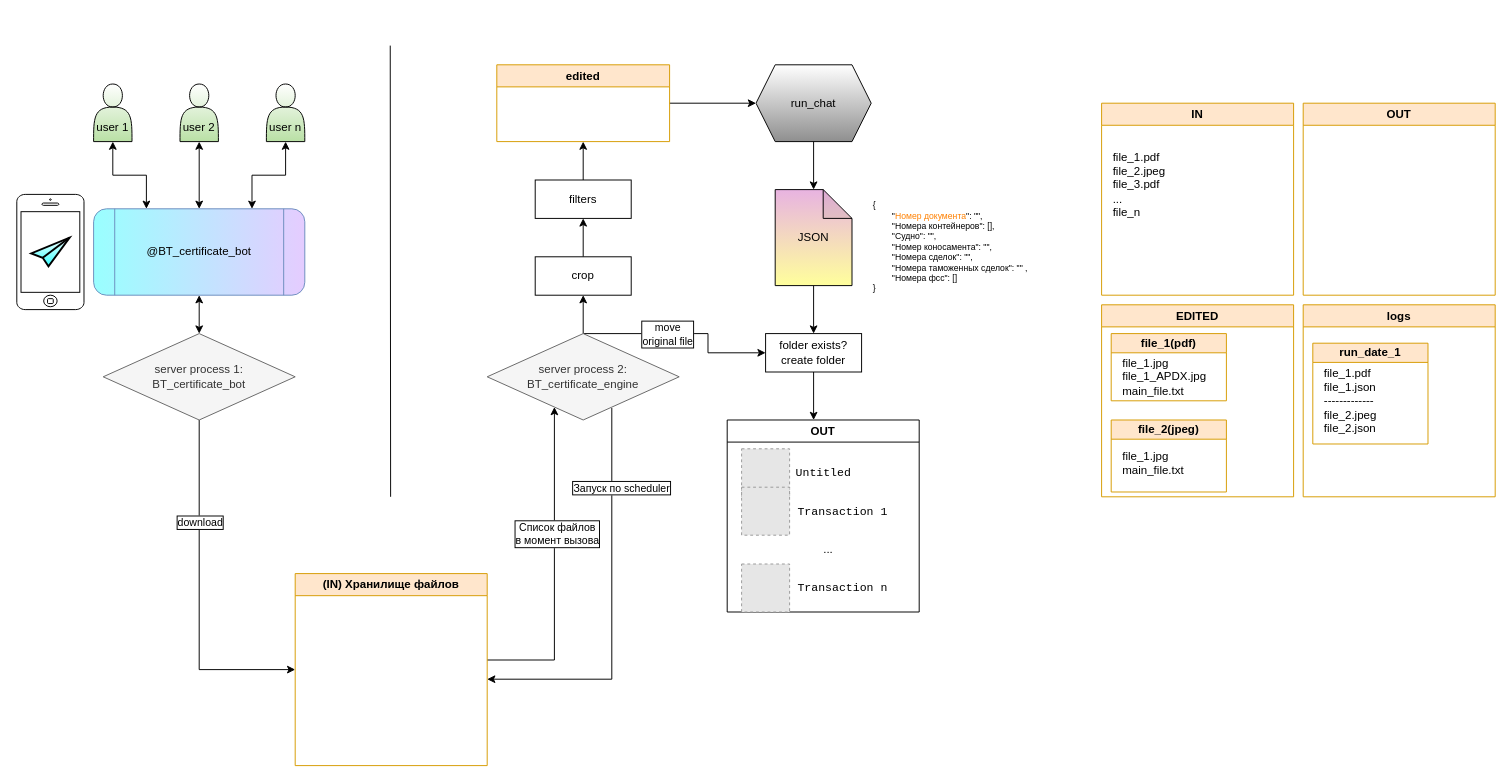
This is SCHEMAS/certificate_bot.drawio from maxfil333/shared, a draw.io file, before an edit. Source tidied: cells renumbered, new cells numbered last; positions are measured from the earlier drawing's top-left corner, leaving out a move shared by most shapes. Both pictures are drawn from the tidied source at 96%, with x=0, y=0 at pixel (16, 45). Pictures stored in the file or linked from it are replaced by grey dashed boxes.
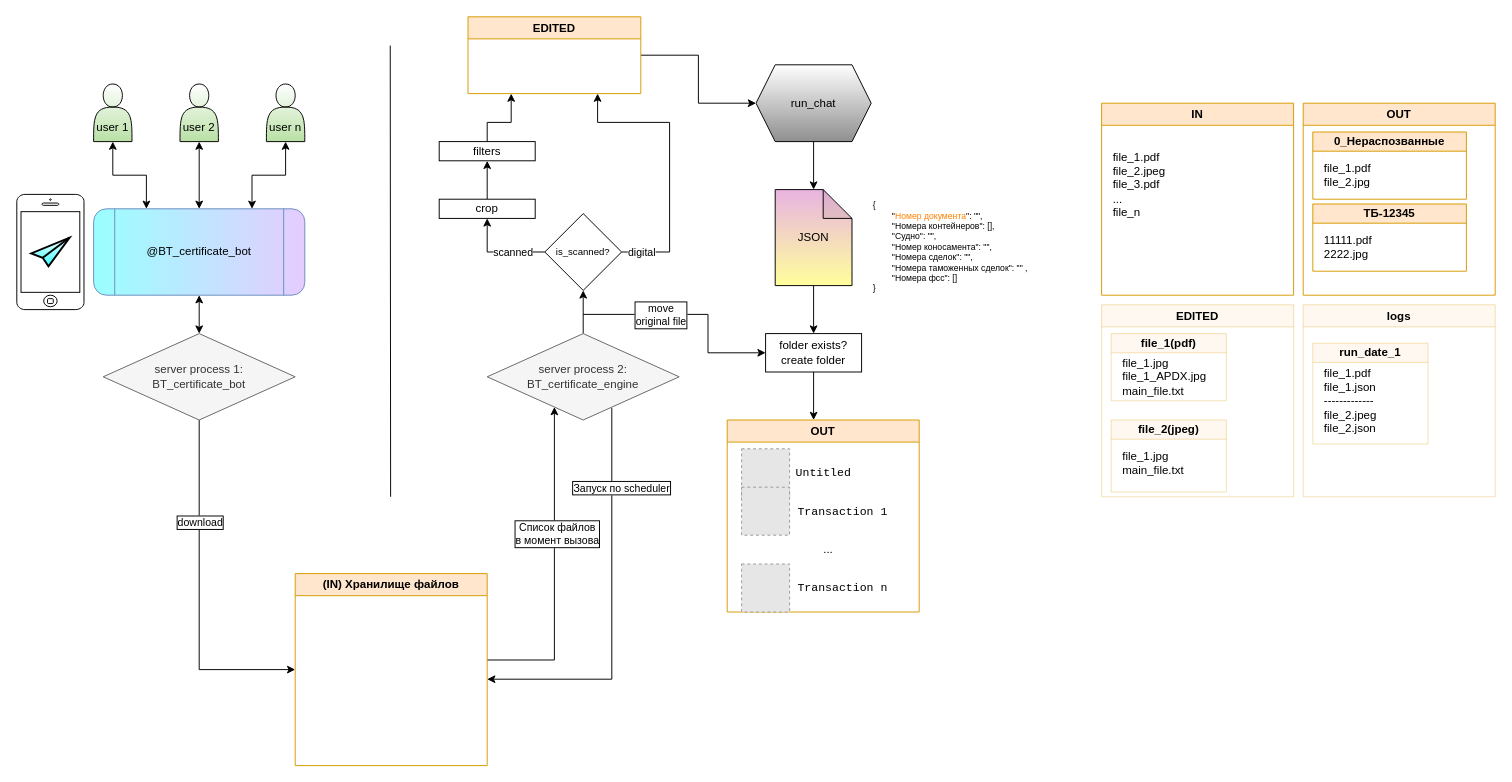
After the change.

Unchanged cells that the change refers to:
```xml
<mxCell id="23" value="&lt;div&gt;server process 2:&lt;/div&gt;BT_certificate_engine" style="rhombus;whiteSpace=wrap;html=1;fillColor=#f5f5f5;fontColor=#333333;strokeColor=#666666;" parent="1" vertex="1">
  <mxGeometry x="490" y="300" width="200" height="90" as="geometry" />
</mxCell>
<mxCell id="36" value="folder exists?&lt;div&gt;create folder&lt;/div&gt;" style="rounded=0;whiteSpace=wrap;html=1;" parent="1" vertex="1">
  <mxGeometry x="780" y="300" width="100" height="40" as="geometry" />
</mxCell>
<mxCell id="53" value="OUT" style="swimlane;whiteSpace=wrap;html=1;fillColor=#ffe6cc;strokeColor=#d79b00;" parent="1" vertex="1">
  <mxGeometry x="1340" y="60" width="200" height="200" as="geometry" />
</mxCell>
```

What changed in the source:
```diff
@@
-    <mxCell id="20" style="edgeStyle=orthogonalEdgeStyle;rounded=0;jettySize=auto;html=1;entryX=0.5;entryY=1;entryDx=0;entryDy=0;flowAnimation=1;" parent="1" edge="1" source="23" target="25">
+    <mxCell id="20" style="edgeStyle=orthogonalEdgeStyle;rounded=0;jettySize=auto;html=1;entryX=0.5;entryY=1;entryDx=0;entryDy=0;flowAnimation=1;" parent="1" edge="1" source="23" target="65">
       <mxGeometry relative="1" as="geometry" />
     </mxCell>
-    <mxCell id="21" style="edgeStyle=orthogonalEdgeStyle;rounded=0;jettySize=auto;html=1;entryX=0;entryY=0.5;entryDx=0;entryDy=0;exitX=0.5;exitY=0;exitDx=0;exitDy=0;flowAnimation=1;" parent="1" edge="1" source="23" target="36">
+    <mxCell id="21" style="edgeStyle=orthogonalEdgeStyle;rounded=0;jettySize=auto;html=1;entryX=0;entryY=0.5;entryDx=0;entryDy=0;flowAnimation=1;" parent="1" edge="1" target="36">
       <mxGeometry relative="1" as="geometry">
+        <mxPoint x="590" y="280" as="sourcePoint" />
         <Array as="points">
-          <mxPoint x="720" y="300" />
+          <mxPoint x="720" y="280" />
           <mxPoint x="720" y="320" />
         </Array>
       </mxGeometry>
     </mxCell>
     <mxCell id="22" value="&lt;div&gt;move&lt;/div&gt;original file" style="edgeLabel;html=1;align=center;verticalAlign=middle;labelBorderColor=default;" parent="21" vertex="1">
-      <mxGeometry x="-0.17" relative="1" as="geometry" />
+      <mxGeometry x="-0.17" relative="1" as="geometry">
+        <mxPoint x="-15" as="offset" />
+      </mxGeometry>
     </mxCell>
@@
     <mxCell id="25" value="crop" style="rounded=0;whiteSpace=wrap;html=1;" parent="1" vertex="1">
-      <mxGeometry x="540" y="220" width="100" height="40" as="geometry" />
+      <mxGeometry x="440" y="160" width="100" height="20" as="geometry" />
     </mxCell>
-    <mxCell id="26" style="edgeStyle=orthogonalEdgeStyle;rounded=0;jettySize=auto;html=1;entryX=0.5;entryY=1;entryDx=0;entryDy=0;flowAnimation=1;" parent="1" edge="1" source="27" target="29">
-      <mxGeometry relative="1" as="geometry" />
+    <mxCell id="26" style="edgeStyle=orthogonalEdgeStyle;rounded=0;jettySize=auto;html=1;entryX=0.25;entryY=1;entryDx=0;entryDy=0;flowAnimation=1;" parent="1" edge="1" source="27" target="29">
+      <mxGeometry relative="1" as="geometry">
+        <Array as="points">
+          <mxPoint x="490" y="80" />
+          <mxPoint x="515" y="80" />
+        </Array>
+      </mxGeometry>
     </mxCell>
     <mxCell id="27" value="filters" style="rounded=0;whiteSpace=wrap;html=1;" parent="1" vertex="1">
-      <mxGeometry x="540" y="140" width="100" height="40" as="geometry" />
+      <mxGeometry x="440" y="100" width="100" height="20" as="geometry" />
     </mxCell>
@@
-    <mxCell id="29" value="edited" style="swimlane;whiteSpace=wrap;html=1;fillColor=#ffe6cc;strokeColor=#d79b00;" parent="1" vertex="1">
-      <mxGeometry x="500" y="20" width="180" height="80" as="geometry" />
+    <mxCell id="29" value="EDITED" style="swimlane;whiteSpace=wrap;html=1;fillColor=#ffe6cc;strokeColor=#d79b00;" parent="1" vertex="1">
+      <mxGeometry x="470" y="-30" width="180" height="80" as="geometry" />
     </mxCell>
@@
-    <mxCell id="37" value="OUT" style="swimlane;whiteSpace=wrap;html=1;" parent="1" vertex="1">
+    <mxCell id="37" value="OUT" style="swimlane;whiteSpace=wrap;html=1;fillColor=#ffe6cc;strokeColor=#d79b00;" parent="1" vertex="1">
       <mxGeometry x="740" y="390" width="200" height="200" as="geometry" />
     </mxCell>
@@
-    <mxCell id="48" value="EDITED" style="swimlane;whiteSpace=wrap;html=1;fillColor=#ffe6cc;strokeColor=#d79b00;" parent="1" vertex="1">
+    <mxCell id="48" value="EDITED" style="swimlane;whiteSpace=wrap;html=1;fillColor=#ffe6cc;strokeColor=#d79b00;opacity=30;" parent="1" vertex="1">
       <mxGeometry x="1130" y="270" width="200" height="200" as="geometry" />
     </mxCell>
-    <mxCell id="49" value="file_1(pdf)" style="swimlane;whiteSpace=wrap;html=1;fillColor=#ffe6cc;strokeColor=#d79b00;startSize=20;" parent="48" vertex="1">
+    <mxCell id="49" value="file_1(pdf)" style="swimlane;whiteSpace=wrap;html=1;fillColor=#ffe6cc;strokeColor=#d79b00;startSize=20;opacity=30;" parent="48" vertex="1">
       <mxGeometry x="10" y="30" width="120" height="70" as="geometry" />
     </mxCell>
-    <mxCell id="50" value="file_1.jpg&lt;div&gt;file_1_APDX.jpg&lt;/div&gt;&lt;div&gt;main_file.txt&lt;/div&gt;" style="text;html=1;align=left;verticalAlign=middle;strokeColor=none;fillColor=none;" parent="49" vertex="1">
+    <mxCell id="50" value="file_1.jpg&lt;div&gt;file_1_APDX.jpg&lt;/div&gt;&lt;div&gt;main_file.txt&lt;/div&gt;" style="text;html=1;align=left;verticalAlign=middle;strokeColor=none;fillColor=none;opacity=30;" parent="49" vertex="1">
       <mxGeometry x="10" y="15" width="110" height="60" as="geometry" />
     </mxCell>
-    <mxCell id="51" value="file_2(jpeg)" style="swimlane;whiteSpace=wrap;html=1;fillColor=#ffe6cc;strokeColor=#d79b00;startSize=20;" parent="48" vertex="1">
+    <mxCell id="51" value="file_2(jpeg)" style="swimlane;whiteSpace=wrap;html=1;fillColor=#ffe6cc;strokeColor=#d79b00;startSize=20;opacity=30;" parent="48" vertex="1">
       <mxGeometry x="10" y="120" width="120" height="75" as="geometry" />
     </mxCell>
-    <mxCell id="52" value="file_1.jpg&lt;div&gt;&lt;span style=&quot;background-color: initial;&quot;&gt;main_file.txt&lt;/span&gt;&lt;br&gt;&lt;/div&gt;" style="text;html=1;align=left;verticalAlign=middle;strokeColor=none;fillColor=none;" parent="51" vertex="1">
+    <mxCell id="52" value="file_1.jpg&lt;div&gt;&lt;span style=&quot;background-color: initial;&quot;&gt;main_file.txt&lt;/span&gt;&lt;br&gt;&lt;/div&gt;" style="text;html=1;align=left;verticalAlign=middle;strokeColor=none;fillColor=none;opacity=30;" parent="51" vertex="1">
       <mxGeometry x="10" y="25" width="90" height="40" as="geometry" />
     </mxCell>
@@
+    <mxCell id="57" value="0_Нераспозванные" style="swimlane;whiteSpace=wrap;html=1;fillColor=#ffe6cc;strokeColor=#d79b00;startSize=20;" parent="53" vertex="1">
+      <mxGeometry x="10" y="30" width="160" height="70" as="geometry" />
+    </mxCell>
+    <mxCell id="58" value="file_1.pdf&lt;div&gt;file_2.jpg&lt;br&gt;&lt;/div&gt;" style="text;html=1;align=left;verticalAlign=middle;strokeColor=none;fillColor=none;" parent="57" vertex="1">
+      <mxGeometry x="10" y="25" width="70" height="40" as="geometry" />
+    </mxCell>
+    <mxCell id="59" value="ТБ-12345" style="swimlane;whiteSpace=wrap;html=1;fillColor=#ffe6cc;strokeColor=#d79b00;startSize=20;" parent="53" vertex="1">
+      <mxGeometry x="10" y="105" width="160" height="70" as="geometry" />
+    </mxCell>
+    <mxCell id="60" value="&lt;div&gt;11111.pdf&lt;/div&gt;&lt;div&gt;2222.jpg&lt;/div&gt;" style="text;html=1;align=left;verticalAlign=middle;strokeColor=none;fillColor=none;" parent="59" vertex="1">
+      <mxGeometry x="10" y="25" width="70" height="40" as="geometry" />
+    </mxCell>
-    <mxCell id="54" value="logs" style="swimlane;whiteSpace=wrap;html=1;fillColor=#ffe6cc;strokeColor=#d79b00;" parent="1" vertex="1">
+    <mxCell id="54" value="logs" style="swimlane;whiteSpace=wrap;html=1;fillColor=#ffe6cc;strokeColor=#d79b00;opacity=30;" parent="1" vertex="1">
       <mxGeometry x="1340" y="270" width="200" height="200" as="geometry" />
     </mxCell>
-    <mxCell id="55" value="run_date_1" style="swimlane;whiteSpace=wrap;html=1;fillColor=#ffe6cc;strokeColor=#d79b00;startSize=20;" parent="1" vertex="1">
+    <mxCell id="55" value="run_date_1" style="swimlane;whiteSpace=wrap;html=1;fillColor=#ffe6cc;strokeColor=#d79b00;startSize=20;opacity=30;" parent="1" vertex="1">
       <mxGeometry x="1350" y="310" width="120" height="105" as="geometry" />
     </mxCell>
-    <mxCell id="56" value="file_1.pdf&lt;div&gt;file_1.json&lt;/div&gt;&lt;div&gt;-------------&lt;/div&gt;&lt;div&gt;file_2.jpeg&lt;/div&gt;&lt;div&gt;file_2.json&lt;/div&gt;" style="text;html=1;align=left;verticalAlign=middle;strokeColor=none;fillColor=none;" parent="55" vertex="1">
+    <mxCell id="56" value="file_1.pdf&lt;div&gt;file_1.json&lt;/div&gt;&lt;div&gt;-------------&lt;/div&gt;&lt;div&gt;file_2.jpeg&lt;/div&gt;&lt;div&gt;file_2.json&lt;/div&gt;" style="text;html=1;align=left;verticalAlign=middle;strokeColor=none;fillColor=none;opacity=30;" parent="55" vertex="1">
       <mxGeometry x="10" y="15" width="80" height="90" as="geometry" />
     </mxCell>
+    <mxCell id="61" style="edgeStyle=orthogonalEdgeStyle;rounded=0;jettySize=auto;html=1;entryX=0.5;entryY=1;entryDx=0;entryDy=0;flowAnimation=1;" parent="1" edge="1" source="65" target="25">
+      <mxGeometry relative="1" as="geometry" />
+    </mxCell>
+    <mxCell id="62" value="scanned" style="edgeLabel;html=1;align=center;verticalAlign=middle;" parent="61" vertex="1">
+      <mxGeometry x="-0.29" relative="1" as="geometry" />
+    </mxCell>
+    <mxCell id="63" style="edgeStyle=orthogonalEdgeStyle;rounded=0;jettySize=auto;html=1;flowAnimation=1;entryX=0.75;entryY=1;entryDx=0;entryDy=0;" parent="1" edge="1" source="65" target="29">
+      <mxGeometry relative="1" as="geometry">
+        <Array as="points">
+          <mxPoint x="680" y="215" />
+          <mxPoint x="680" y="80" />
+          <mxPoint x="605" y="80" />
+        </Array>
+      </mxGeometry>
+    </mxCell>
+    <mxCell id="64" value="digital" style="edgeLabel;html=1;align=center;verticalAlign=middle;" parent="63" vertex="1">
+      <mxGeometry x="-0.6" y="-2" relative="1" as="geometry">
+        <mxPoint x="-32" y="8" as="offset" />
+      </mxGeometry>
+    </mxCell>
+    <mxCell id="65" value="&lt;font style=&quot;font-size: 10px;&quot;&gt;is_scanned?&lt;/font&gt;" style="rhombus;whiteSpace=wrap;html=1;" parent="1" vertex="1">
+      <mxGeometry x="550" y="175" width="80" height="80" as="geometry" />
+    </mxCell>
```
